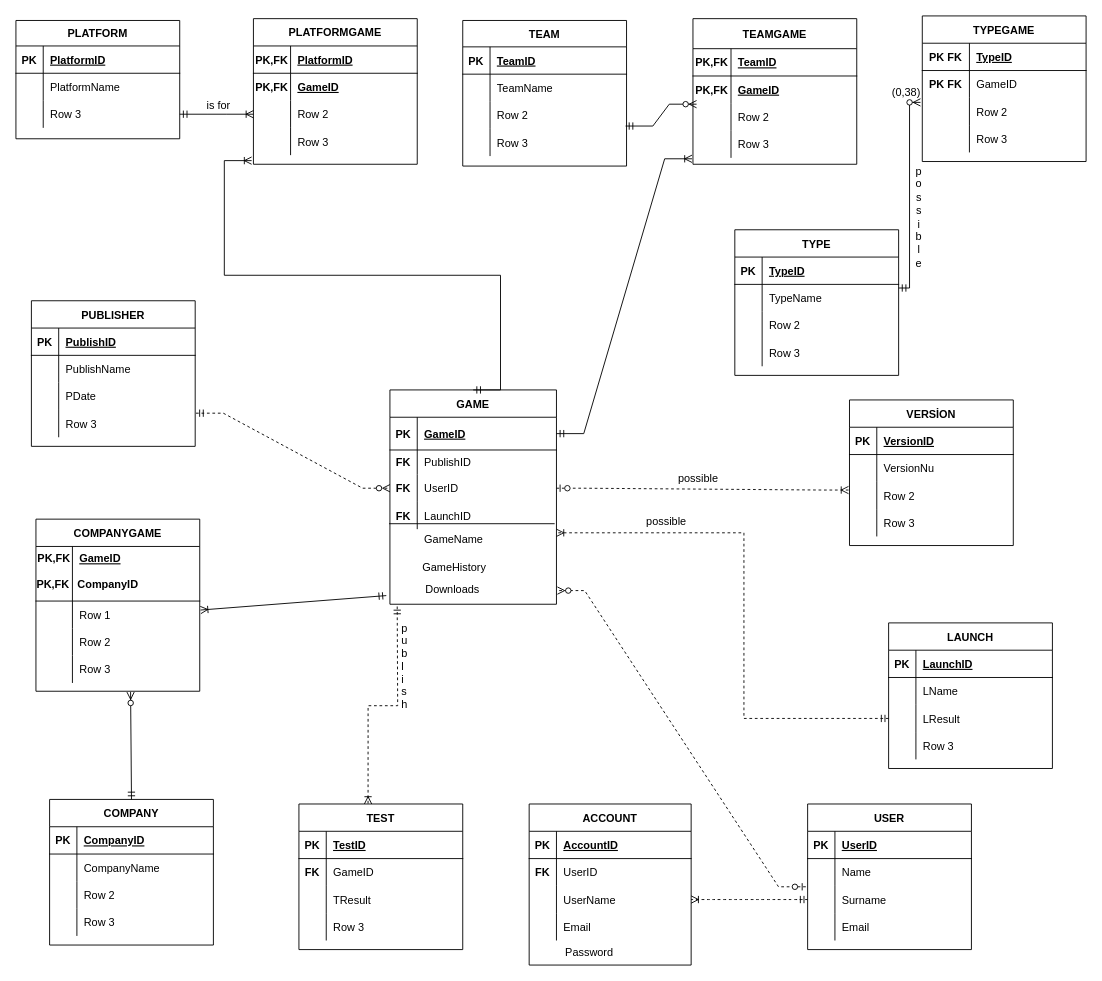
sumeyyaakbulut/tuw-arfoundation-demo keeps this draw.io diagram as Copy of Untitled Diagram.drawio. Above is the earlier version. Source tidied: cells renumbered, new cells numbered last; positions are measured from the earlier drawing's top-left corner, leaving out a move shared by most shapes. Both pictures are drawn from the tidied source at 91%, with x=0, y=0 at pixel (15, 15).
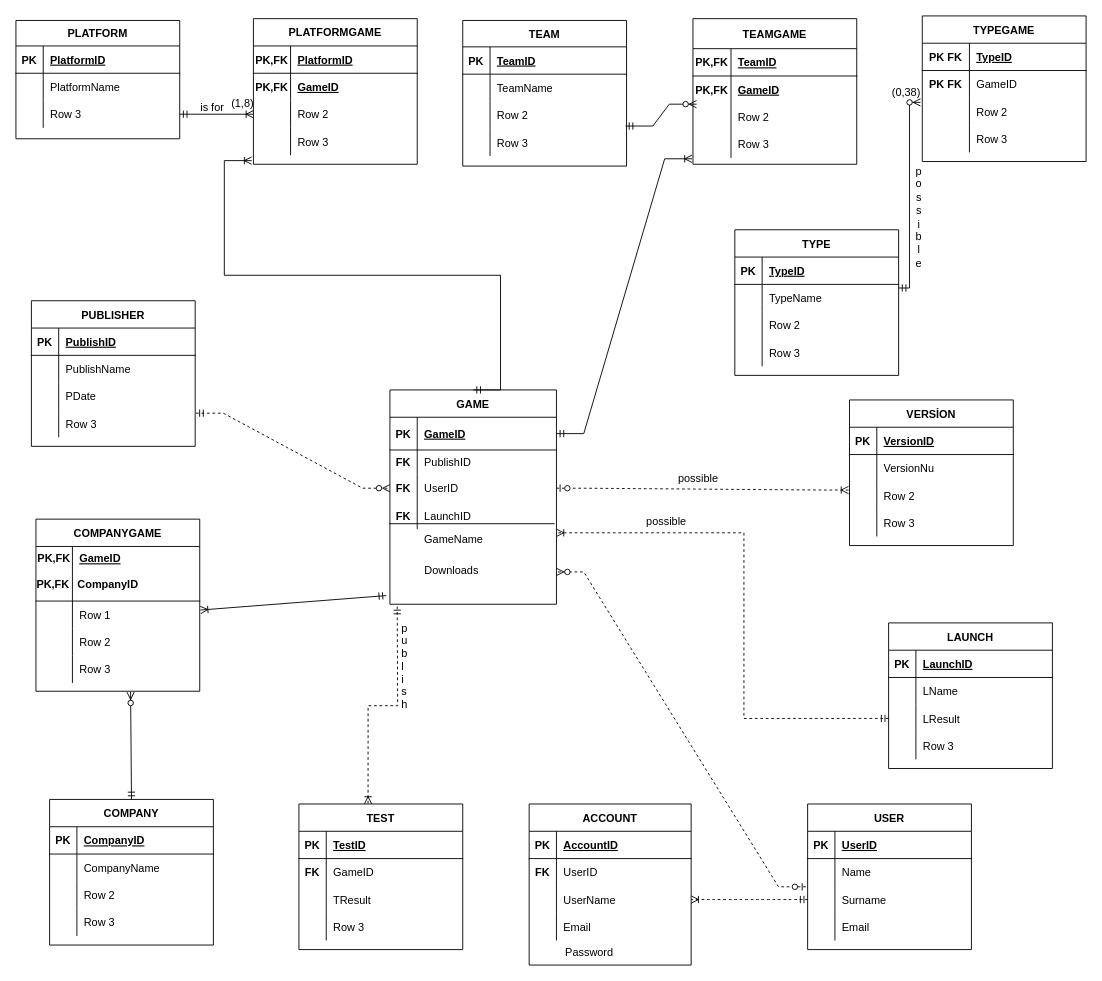
The same page after the edit.

Change to the diagram source:
```diff
@@
     <mxCell id="199" value="is for" style="text;strokeColor=none;fillColor=none;align=left;verticalAlign=middle;spacingLeft=4;spacingRight=4;overflow=hidden;" parent="1" vertex="1">
-      <mxGeometry x="204" y="83" width="80" height="30" as="geometry" />
+      <mxGeometry x="197" y="85" width="80" height="30" as="geometry" />
     </mxCell>
-    <mxCell id="200" value="GameHistory" style="text;strokeColor=none;fillColor=none;spacingLeft=4;spacingRight=4;overflow=hidden;fontSize=12;" parent="1" vertex="1">
-      <mxGeometry x="441" y="592" width="147" height="30" as="geometry" />
-    </mxCell>
     <mxCell id="201" value=" Downloads" style="text;strokeColor=none;fillColor=none;spacingLeft=4;spacingRight=4;overflow=hidden;points=[[0,0.5],[1,0.5]];portConstraint=eastwest;fontSize=12;" parent="1" vertex="1">
-      <mxGeometry x="441" y="616.5" width="154" height="30" as="geometry" />
+      <mxGeometry x="440" y="596" width="154" height="30" as="geometry" />
     </mxCell>
@@
+    <mxCell id="220" value="(1,8)" style="text;strokeColor=none;fillColor=none;align=left;verticalAlign=middle;spacingLeft=4;spacingRight=4;overflow=hidden;" parent="1" vertex="1">
+      <mxGeometry x="231" y="81" width="80" height="30" as="geometry" />
+    </mxCell>
```
